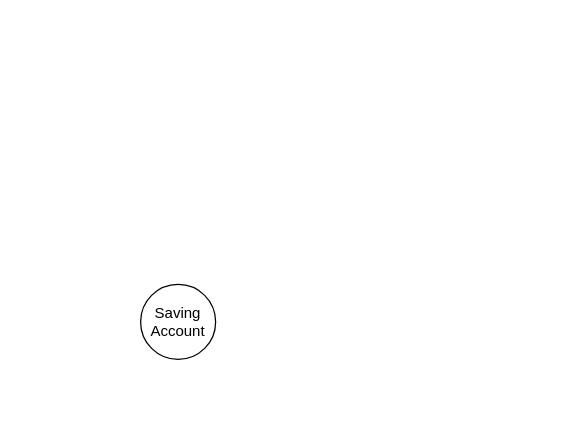
This is assets/classification.drawio from ganisback/draw.io, a draw.io file, before an edit. Source tidied: cells renumbered, new cells numbered last; positions are measured from the earlier drawing's top-left corner, leaving out a move shared by most shapes. Both pictures are drawn from the tidied source at 125%, with x=0, y=0 at pixel (140, 284).
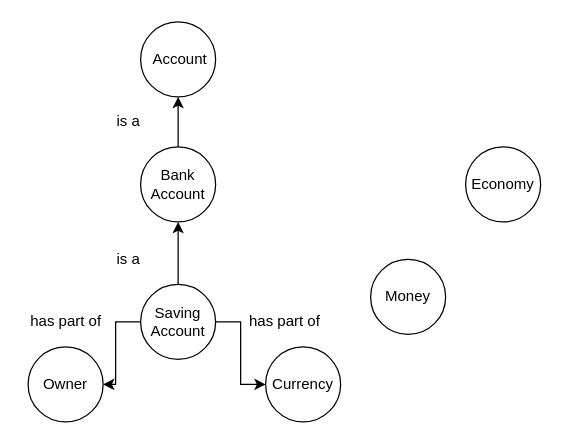
After the change.

What changed in the source:
```diff
@@
 <mxGraphModel>
   <root>
     <mxCell id="0" />
     <mxCell id="1" parent="0" />
+    <mxCell id="3" style="edgeStyle=orthogonalEdgeStyle;rounded=0;jettySize=auto;html=1;" parent="1" edge="1" source="2" target="7">
+      <mxGeometry relative="1" as="geometry" />
+    </mxCell>
+    <mxCell id="4" style="edgeStyle=orthogonalEdgeStyle;rounded=0;jettySize=auto;html=1;" parent="1" edge="1" source="2" target="11">
+      <mxGeometry relative="1" as="geometry" />
+    </mxCell>
+    <mxCell id="5" style="edgeStyle=orthogonalEdgeStyle;rounded=0;jettySize=auto;html=1;" parent="1" edge="1" source="2" target="12">
+      <mxGeometry relative="1" as="geometry" />
+    </mxCell>
     <mxCell id="2" value="Saving Account" style="ellipse;whiteSpace=wrap;html=1;" parent="1" vertex="1">
       <mxGeometry width="60" height="60" as="geometry" />
     </mxCell>
+    <mxCell id="6" style="edgeStyle=orthogonalEdgeStyle;rounded=0;jettySize=auto;html=1;" parent="1" edge="1" source="7" target="8">
+      <mxGeometry relative="1" as="geometry" />
+    </mxCell>
+    <mxCell id="7" value="Bank Account" style="ellipse;whiteSpace=wrap;html=1;" parent="1" vertex="1">
+      <mxGeometry y="-110" width="60" height="60" as="geometry" />
+    </mxCell>
+    <mxCell id="8" value="&amp;nbsp;Account" style="ellipse;whiteSpace=wrap;html=1;" parent="1" vertex="1">
+      <mxGeometry y="-210" width="60" height="60" as="geometry" />
+    </mxCell>
+    <mxCell id="9" value="is a" style="text;html=1;align=center;verticalAlign=middle;strokeColor=none;fillColor=none;" parent="1" vertex="1">
+      <mxGeometry x="-25" y="-30" width="30" height="20" as="geometry" />
+    </mxCell>
+    <mxCell id="10" value="is a" style="text;html=1;align=center;verticalAlign=middle;strokeColor=none;fillColor=none;" parent="1" vertex="1">
+      <mxGeometry x="-25" y="-140" width="30" height="20" as="geometry" />
+    </mxCell>
+    <mxCell id="11" value="Owner" style="ellipse;whiteSpace=wrap;html=1;" parent="1" vertex="1">
+      <mxGeometry x="-90" y="50" width="60" height="60" as="geometry" />
+    </mxCell>
+    <mxCell id="12" value="Currency" style="ellipse;whiteSpace=wrap;html=1;" parent="1" vertex="1">
+      <mxGeometry x="100" y="50" width="60" height="60" as="geometry" />
+    </mxCell>
+    <mxCell id="13" value="has part of" style="text;html=1;align=center;verticalAlign=middle;strokeColor=none;fillColor=none;" parent="1" vertex="1">
+      <mxGeometry x="-95" y="20" width="70" height="20" as="geometry" />
+    </mxCell>
+    <mxCell id="14" value="has part of" style="text;html=1;align=center;verticalAlign=middle;strokeColor=none;fillColor=none;" parent="1" vertex="1">
+      <mxGeometry x="80" y="20" width="70" height="20" as="geometry" />
+    </mxCell>
+    <mxCell id="15" value="Money" style="ellipse;whiteSpace=wrap;html=1;" parent="1" vertex="1">
+      <mxGeometry x="184" y="-20" width="60" height="60" as="geometry" />
+    </mxCell>
+    <mxCell id="16" value="Economy" style="ellipse;whiteSpace=wrap;html=1;" parent="1" vertex="1">
+      <mxGeometry x="260" y="-110" width="60" height="60" as="geometry" />
+    </mxCell>
   </root>
 </mxGraphModel>
```
